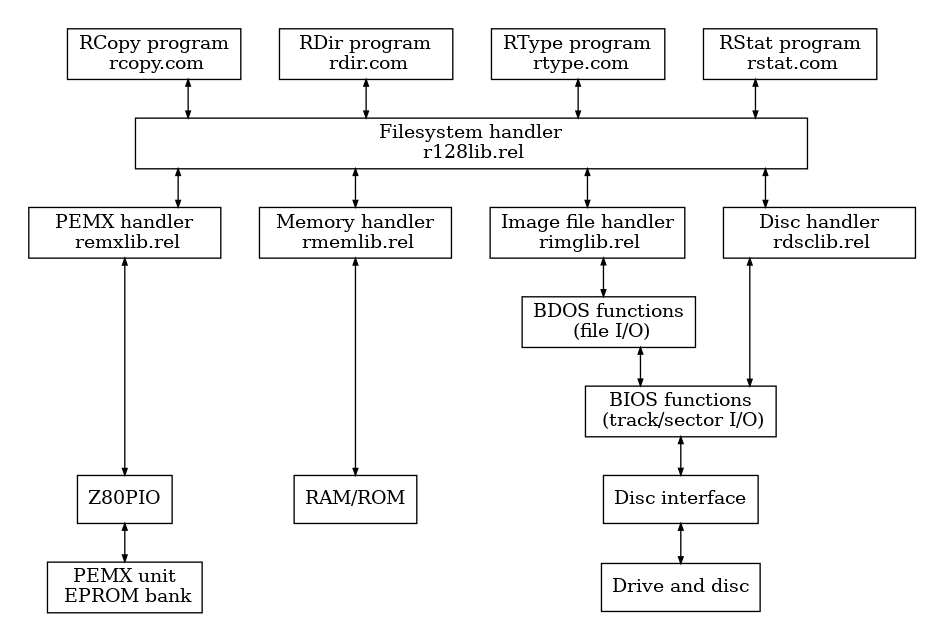
Earlier version of the Graphviz export picture/r128-cpm.png (pozsarzs/r128fs). Its source is kept beside it as picture/r128-cpm.dot. Source of this version:
```dot
digraph R128_PEMX_CPM {
  pad=0.3;
  splines=ortho;
  edge [arrowsize=0.5];
  node [shape=box];
  nodesep=0.4;
  ranksep=0.4;

  APP1 [label="RCopy program\n rcopy.com", width=1.8, rank=1];
  APP2 [label="RDir program\n rdir.com", width=1.8, rank=1];
  APP3 [label="RType program\n rtype.com", width=1.8, rank=1];
  APP4 [label="RStat program\n rstat.com", width=1.8, rank=1];
  {rank=same; APP1; APP2; APP3; APP4};

  R1LIB[label="Filesystem handler\n r128lib.rel",  width=7, rank=2];
  RPLIB [label="PEMX handler\n remxlib.rel", width=2, rank=3];
  RMLIB [label="Memory handler\n rmemlib.rel", width=2, rank=3];
  RILIB [label="Image file handler\n rimglib.rel", width=2, rank=3];
  RDLIB [label="Disc handler\n rdsclib.rel", width=2, rank=3];
  {rank=same; RMLIB; RILIB; RDLIB; RPLIB};

  BDOS [label="BDOS functions\n (file I/O)", rank=4];
  BIOS [label="BIOS functions\n (track/sector I/O)", rank=5];
  DSIF [label="Disc interface", rank=6];
  MEM [label="RAM/ROM", rank=6];
  PIO [label="Z80PIO", rank=6];
  {rank=same; DSIF; MEM; PIO};

  DISC [label="Drive and disc", rank=7];
  PEMX [label="PEMX unit\n EPROM bank", rank=7];
  {rank=same; DISC; PEMX};

  APP1 -> R1LIB [dir=both];
  APP2 -> R1LIB [dir=both];
  APP3 -> R1LIB [dir=both];
  APP4 -> R1LIB [dir=both];
  R1LIB -> RMLIB [dir=both];
  RMLIB -> MEM [dir=both];
  R1LIB -> RILIB [dir=both];
  RILIB -> BDOS [dir=both];
  BDOS  -> BIOS [dir=both];
  BIOS  -> DSIF [dir=both];
  DSIF  -> DISC [dir=both];
  R1LIB -> RDLIB [dir=both];
  RDLIB -> BIOS [dir=both];
  R1LIB -> RPLIB [dir=both];
  RPLIB -> PIO [dir=both];
  PIO   -> PEMX [dir=both];
}
```
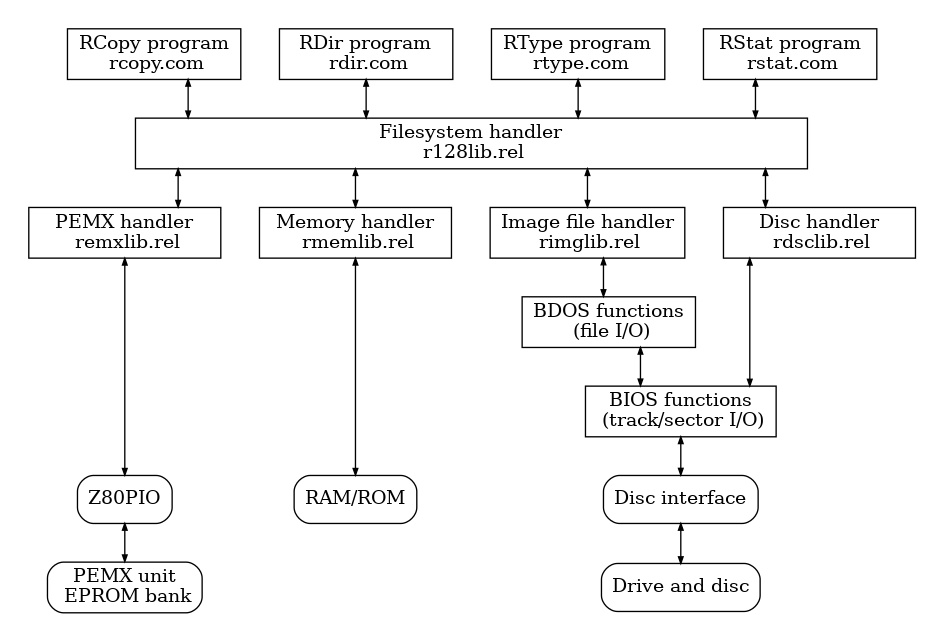
After the change.

Change to the diagram source:
```diff
@@ -21,13 +21,13 @@
 
   BDOS [label="BDOS functions\n (file I/O)", rank=4];
   BIOS [label="BIOS functions\n (track/sector I/O)", rank=5];
-  DSIF [label="Disc interface", rank=6];
-  MEM [label="RAM/ROM", rank=6];
-  PIO [label="Z80PIO", rank=6];
+  DSIF [label="Disc interface", style=rounded, rank=6];
+  MEM [label="RAM/ROM", style=rounded, rank=6];
+  PIO [label="Z80PIO", style=rounded, rank=6];
   {rank=same; DSIF; MEM; PIO};
 
-  DISC [label="Drive and disc", rank=7];
-  PEMX [label="PEMX unit\n EPROM bank", rank=7];
+  DISC [label="Drive and disc", style=rounded ,rank=7];
+  PEMX [label="PEMX unit\n EPROM bank", style=rounded, rank=7];
   {rank=same; DISC; PEMX};
 
   APP1 -> R1LIB [dir=both];
```
